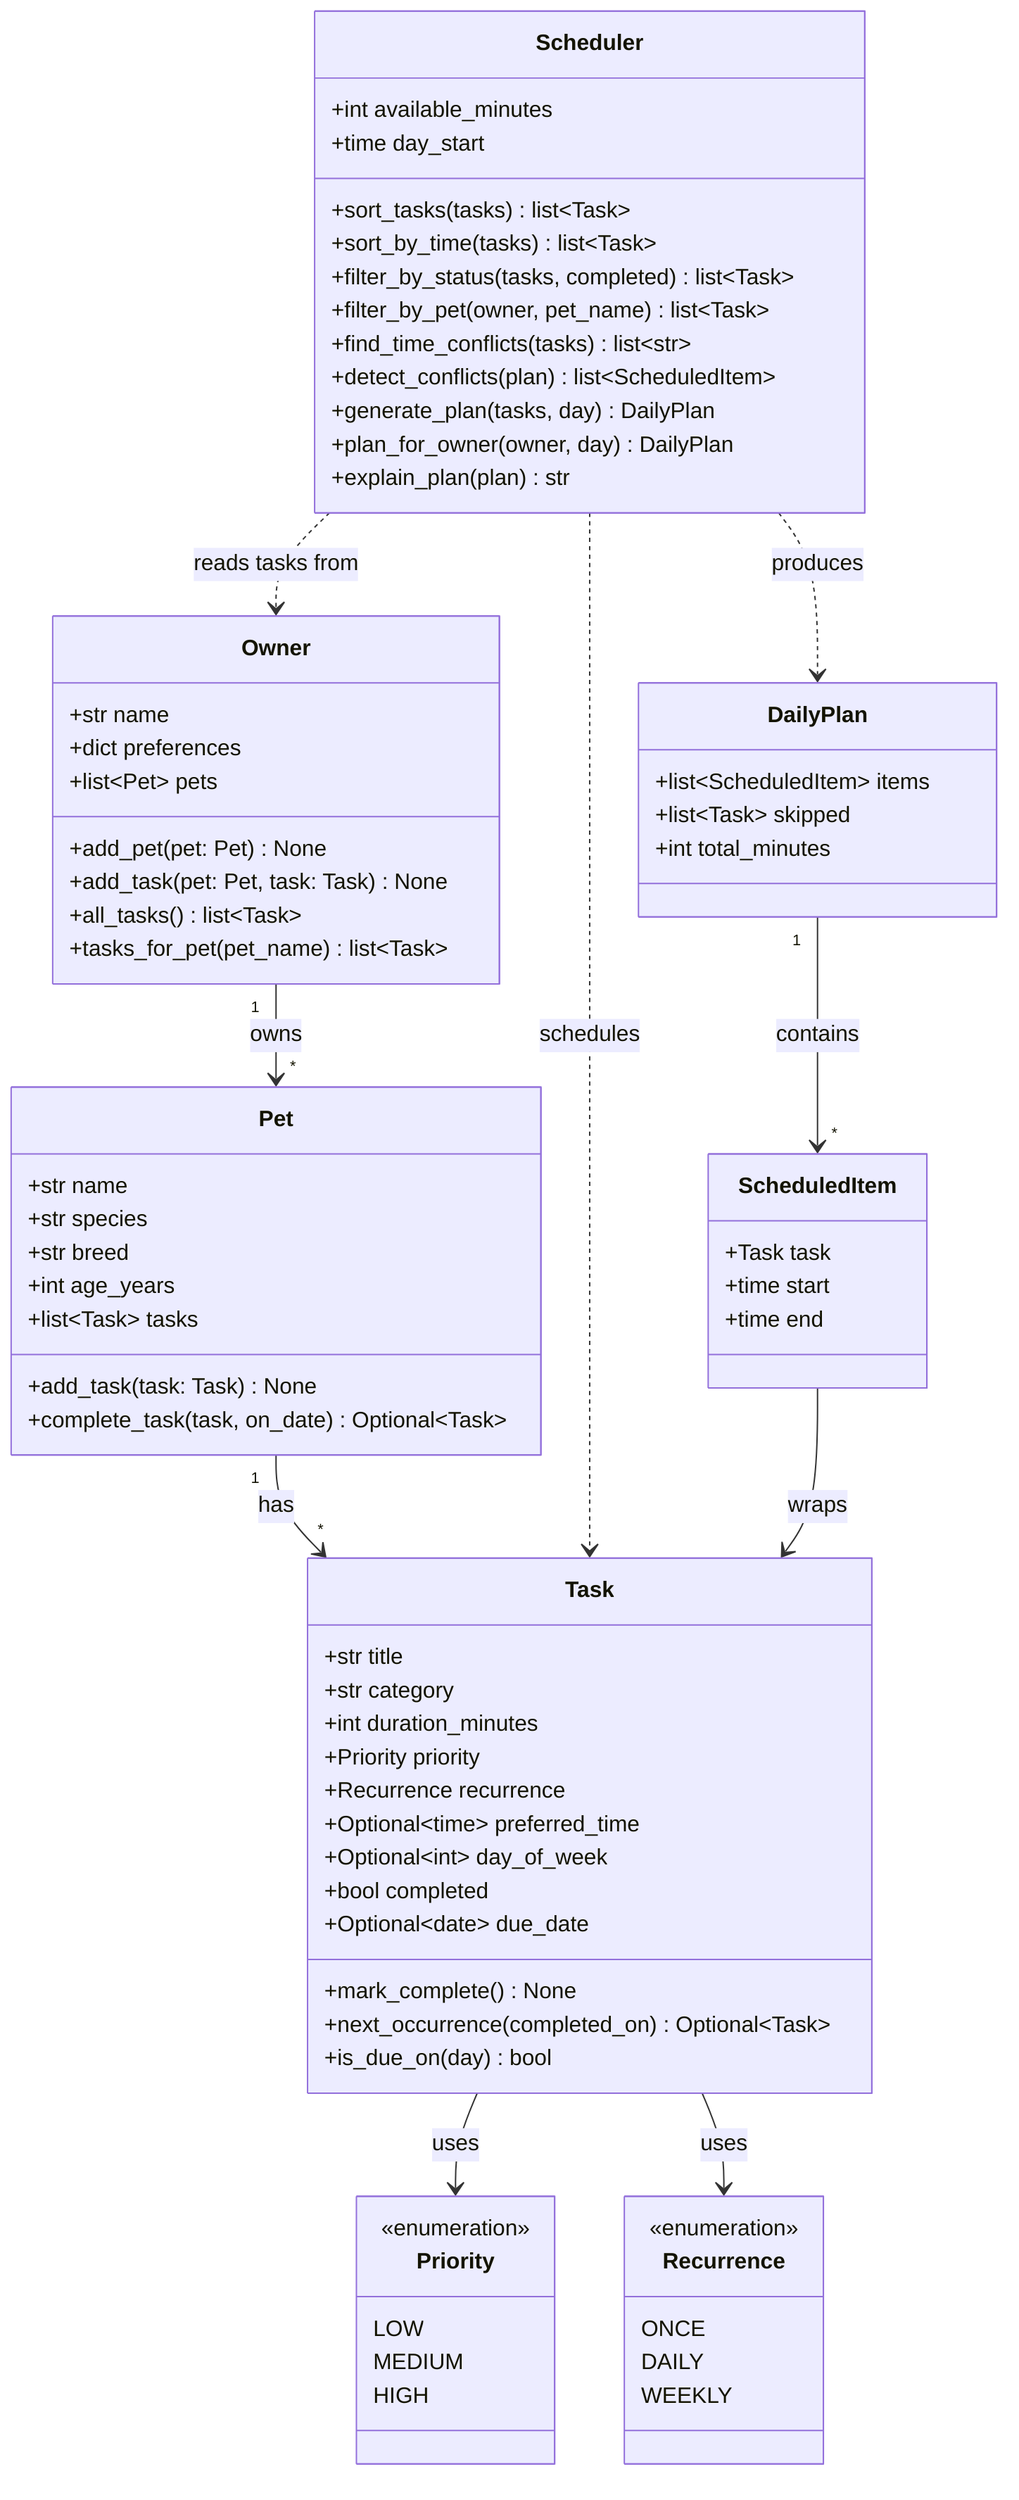
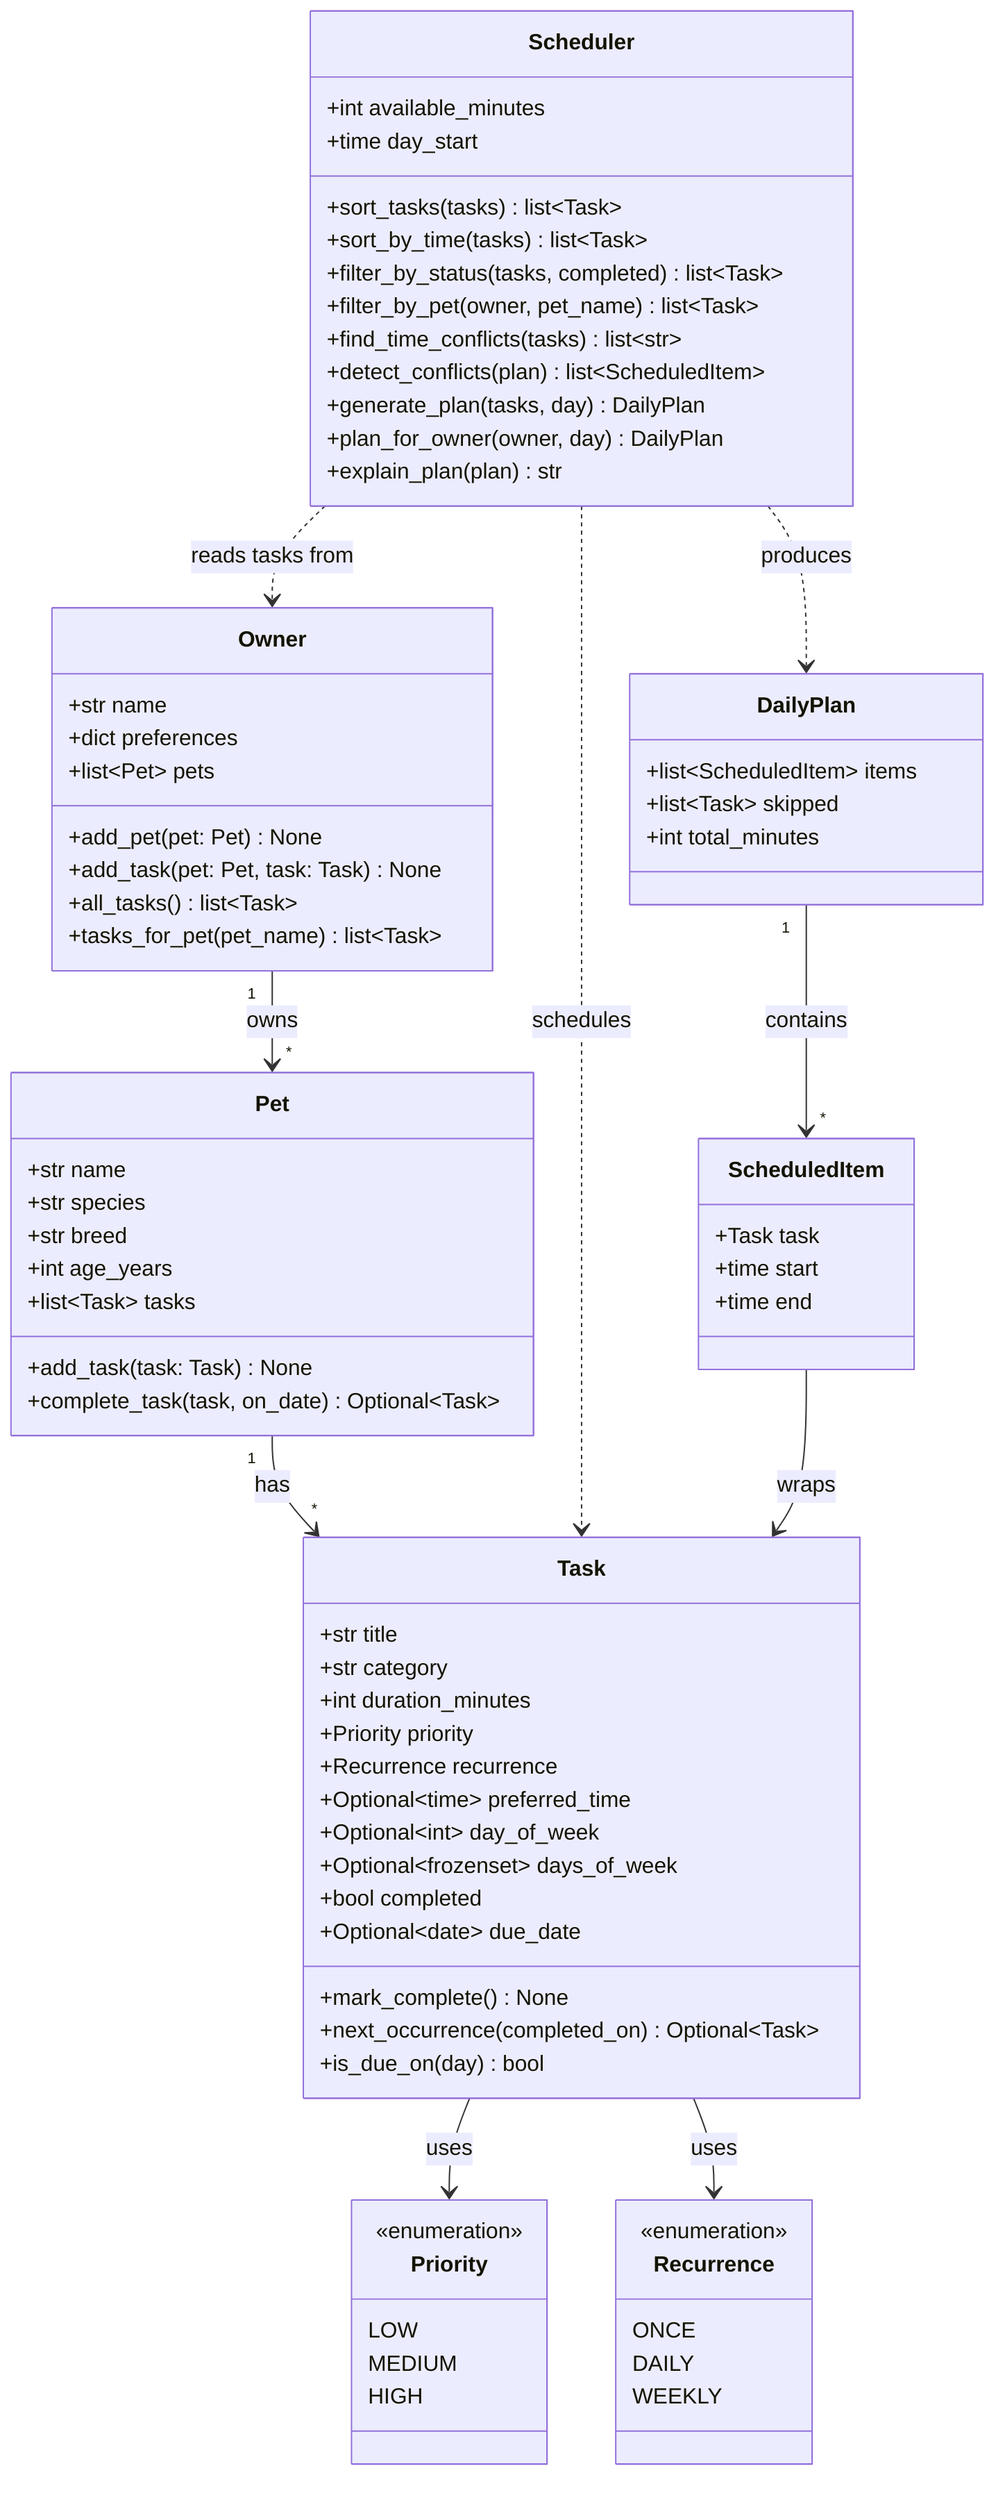
classDiagram
    %% PawPal+ class design — kept in sync with pawpal_system.py.
    %% See diagrams/uml_final.mmd for the finalized copy.

    class Owner {
        +str name
        +dict preferences
        +list~Pet~ pets
        +add_pet(pet: Pet) None
        +add_task(pet: Pet, task: Task) None
        +all_tasks() list~Task~
        +tasks_for_pet(pet_name) list~Task~
    }

    class Pet {
        +str name
        +str species
        +str breed
        +int age_years
        +list~Task~ tasks
        +add_task(task: Task) None
        +complete_task(task, on_date) Optional~Task~
    }

    class Task {
        +str title
        +str category
        +int duration_minutes
        +Priority priority
        +Recurrence recurrence
        +Optional~time~ preferred_time
        +Optional~int~ day_of_week
+         +Optional~frozenset~ days_of_week
        +bool completed
        +Optional~date~ due_date
        +mark_complete() None
        +next_occurrence(completed_on) Optional~Task~
        +is_due_on(day) bool
    }

    class Scheduler {
        +int available_minutes
        +time day_start
        +sort_tasks(tasks) list~Task~
        +sort_by_time(tasks) list~Task~
        +filter_by_status(tasks, completed) list~Task~
        +filter_by_pet(owner, pet_name) list~Task~
        +find_time_conflicts(tasks) list~str~
        +detect_conflicts(plan) list~ScheduledItem~
        +generate_plan(tasks, day) DailyPlan
        +plan_for_owner(owner, day) DailyPlan
        +explain_plan(plan) str
    }

    class ScheduledItem {
        +Task task
        +time start
        +time end
    }

    class DailyPlan {
        +list~ScheduledItem~ items
        +list~Task~ skipped
        +int total_minutes
    }

    class Priority {
        <<enumeration>>
        LOW
        MEDIUM
        HIGH
    }

    class Recurrence {
        <<enumeration>>
        ONCE
        DAILY
        WEEKLY
    }

    Owner "1" --> "*" Pet : owns
    Pet "1" --> "*" Task : has
    Scheduler ..> Task : schedules
    Scheduler ..> Owner : reads tasks from
    Scheduler ..> DailyPlan : produces
    DailyPlan "1" --> "*" ScheduledItem : contains
    ScheduledItem --> Task : wraps
    Task --> Priority : uses
    Task --> Recurrence : uses
